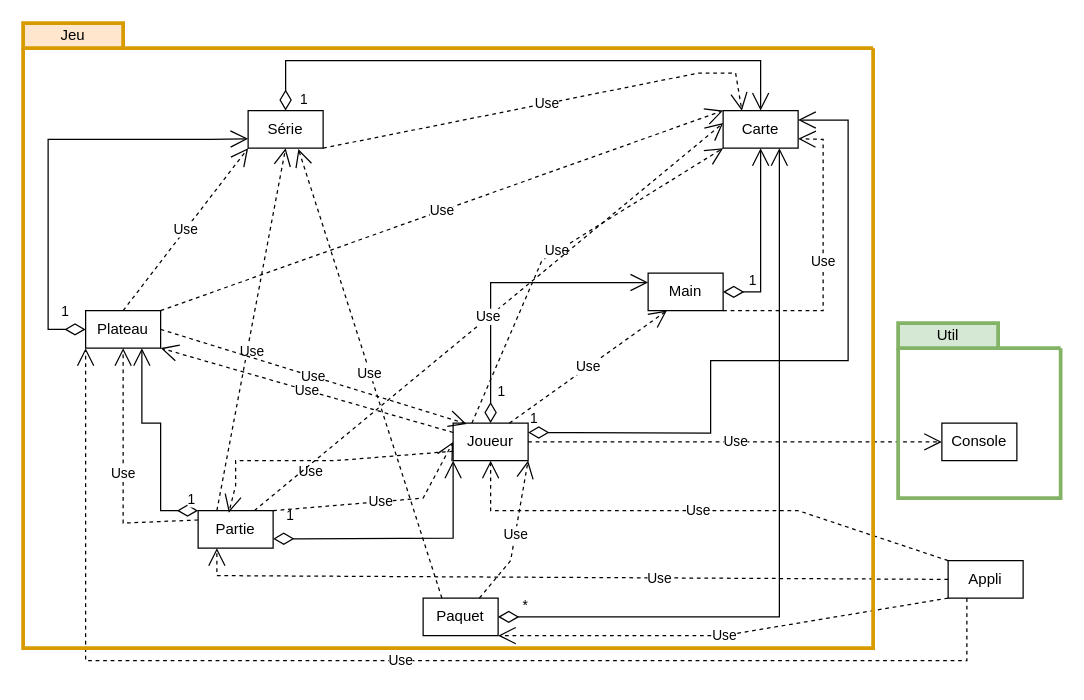
Above: Untitled Diagram.drawio in Nabal22/6QuiPrend (draw.io), before the change. Source tidied: cells renumbered, new cells numbered last; positions are measured from the earlier drawing's top-left corner, leaving out a move shared by most shapes. Both pictures are drawn from the tidied source at 125%, with x=0, y=0 at pixel (22, 22).
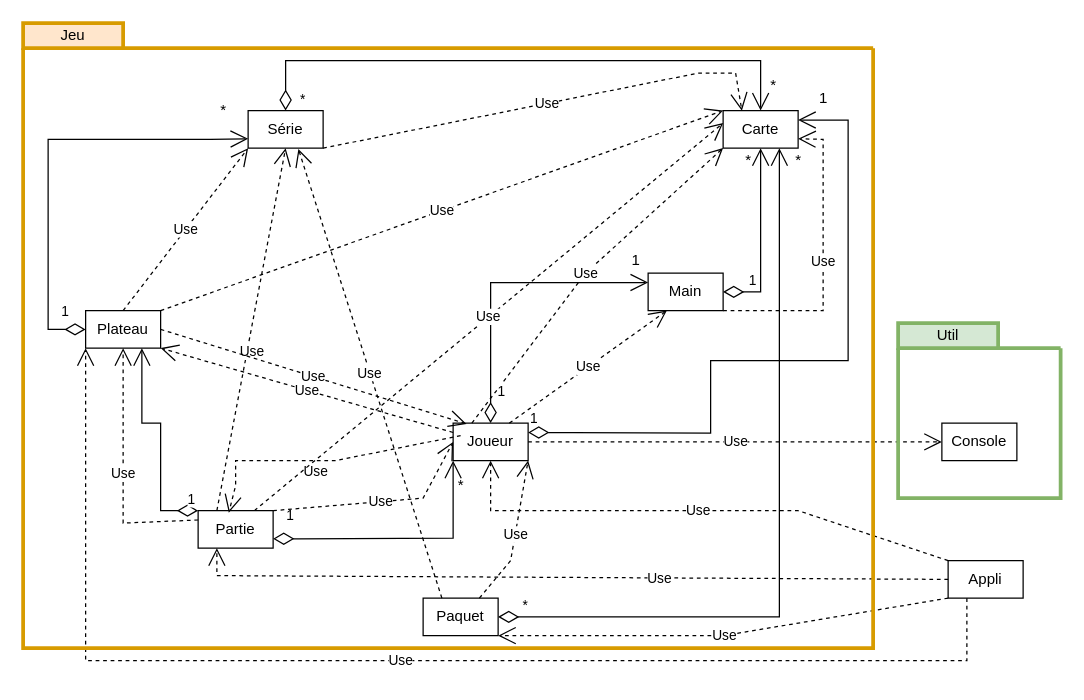
Above is the later version.

Unchanged cells that the change refers to:
```xml
<mxCell id="2" value="Série" style="rounded=0;whiteSpace=wrap;html=1;" parent="1" vertex="1">
  <mxGeometry x="180" y="70" width="60" height="30" as="geometry" />
</mxCell>
<mxCell id="4" value="&lt;span style=&quot;font-weight: normal&quot;&gt;Carte&lt;/span&gt;" style="rounded=0;whiteSpace=wrap;html=1;fontStyle=1;" parent="1" vertex="1">
  <mxGeometry x="560" y="70" width="60" height="30" as="geometry" />
</mxCell>
<mxCell id="6" value="Joueur" style="rounded=0;whiteSpace=wrap;html=1;" parent="1" vertex="1">
  <mxGeometry x="344" y="320" width="60" height="30" as="geometry" />
</mxCell>
<mxCell id="13" value="&lt;span style=&quot;font-weight: normal&quot;&gt;Partie&lt;/span&gt;" style="rounded=0;whiteSpace=wrap;html=1;fontStyle=1;" parent="1" vertex="1">
  <mxGeometry x="140" y="390" width="60" height="30" as="geometry" />
</mxCell>
<mxCell id="41" style="swimlane;startSize=0;fillColor=#ffe6cc;strokeColor=#d79b00;shadow=0;glass=0;rounded=0;strokeWidth=3;" parent="1" vertex="1">
  <mxGeometry y="20" width="680" height="480" as="geometry" />
</mxCell>
```

The edit, as a diff of the source:
```diff
@@
     <mxCell id="20" value="Use" style="endArrow=open;endSize=12;dashed=1;html=1;rounded=0;entryX=0;entryY=1;entryDx=0;entryDy=0;exitX=0.25;exitY=0;exitDx=0;exitDy=0;" parent="1" edge="1" source="6" target="4">
       <mxGeometry relative="1" as="geometry">
         <Array as="points">
-          <mxPoint x="415" y="190" />
+          <mxPoint x="450" y="200" />
         </Array>
       </mxGeometry>
     </mxCell>
-    <mxCell id="21" value="Use" style="endArrow=open;endSize=12;dashed=1;html=1;rounded=0;exitX=0;exitY=0.75;exitDx=0;exitDy=0;entryX=0.409;entryY=0.055;entryDx=0;entryDy=0;entryPerimeter=0;" parent="1" edge="1" source="6" target="13">
+    <mxCell id="21" value="Use" style="endArrow=open;endSize=12;dashed=1;html=1;rounded=0;entryX=0.409;entryY=0.055;entryDx=0;entryDy=0;entryPerimeter=0;" parent="1" edge="1" target="13">
       <mxGeometry x="0.05" y="9" relative="1" as="geometry">
+        <mxPoint x="350" y="330" as="sourcePoint" />
         <Array as="points">
           <mxPoint x="250" y="350" />
           <mxPoint x="170" y="350" />
           <mxPoint x="170" y="370" />
         </Array>
       </mxGeometry>
     </mxCell>
@@
-    <mxCell id="28" value="1" style="endArrow=open;html=1;endSize=12;startArrow=diamondThin;startSize=14;startFill=0;edgeStyle=orthogonalEdgeStyle;align=left;verticalAlign=bottom;rounded=0;exitX=0.5;exitY=0;exitDx=0;exitDy=0;entryX=0.5;entryY=0;entryDx=0;entryDy=0;" parent="1" edge="1" source="2" target="4">
+    <mxCell id="28" value="*" style="endArrow=open;html=1;endSize=12;startArrow=diamondThin;startSize=14;startFill=0;edgeStyle=orthogonalEdgeStyle;align=left;verticalAlign=bottom;rounded=0;exitX=0.5;exitY=0;exitDx=0;exitDy=0;entryX=0.5;entryY=0;entryDx=0;entryDy=0;" parent="1" edge="1" source="2" target="4">
       <mxGeometry x="-1" y="-10" relative="1" as="geometry">
         <Array as="points">
           <mxPoint x="210" y="30" />
           <mxPoint x="590" y="30" />
         </Array>
       </mxGeometry>
     </mxCell>
@@
+    <mxCell id="43" value="*" style="text;html=1;align=center;verticalAlign=middle;strokeColor=none;fillColor=none;" parent="41" vertex="1">
+      <mxGeometry x="610" y="80" width="20" height="20" as="geometry" />
+    </mxCell>
@@
+    <mxCell id="44" value="*" style="text;html=1;align=center;verticalAlign=middle;strokeColor=none;fillColor=none;" parent="1" vertex="1">
+      <mxGeometry x="590" y="40" width="20" height="20" as="geometry" />
+    </mxCell>
+    <mxCell id="45" value="*" style="text;html=1;align=center;verticalAlign=middle;strokeColor=none;fillColor=none;" parent="1" vertex="1">
+      <mxGeometry x="570" y="100" width="20" height="20" as="geometry" />
+    </mxCell>
+    <mxCell id="46" value="1" style="text;html=1;align=center;verticalAlign=middle;strokeColor=none;fillColor=none;" parent="1" vertex="1">
+      <mxGeometry x="480" y="180" width="20" height="20" as="geometry" />
+    </mxCell>
+    <mxCell id="47" value="*" style="text;html=1;align=center;verticalAlign=middle;strokeColor=none;fillColor=none;" parent="1" vertex="1">
+      <mxGeometry x="340" y="360" width="20" height="20" as="geometry" />
+    </mxCell>
+    <mxCell id="48" value="1" style="text;html=1;align=center;verticalAlign=middle;strokeColor=none;fillColor=none;" parent="1" vertex="1">
+      <mxGeometry x="630" y="50" width="20" height="20" as="geometry" />
+    </mxCell>
+    <mxCell id="49" value="*" style="text;html=1;align=center;verticalAlign=middle;strokeColor=none;fillColor=none;" parent="1" vertex="1">
+      <mxGeometry x="150" y="60" width="20" height="20" as="geometry" />
+    </mxCell>
```
